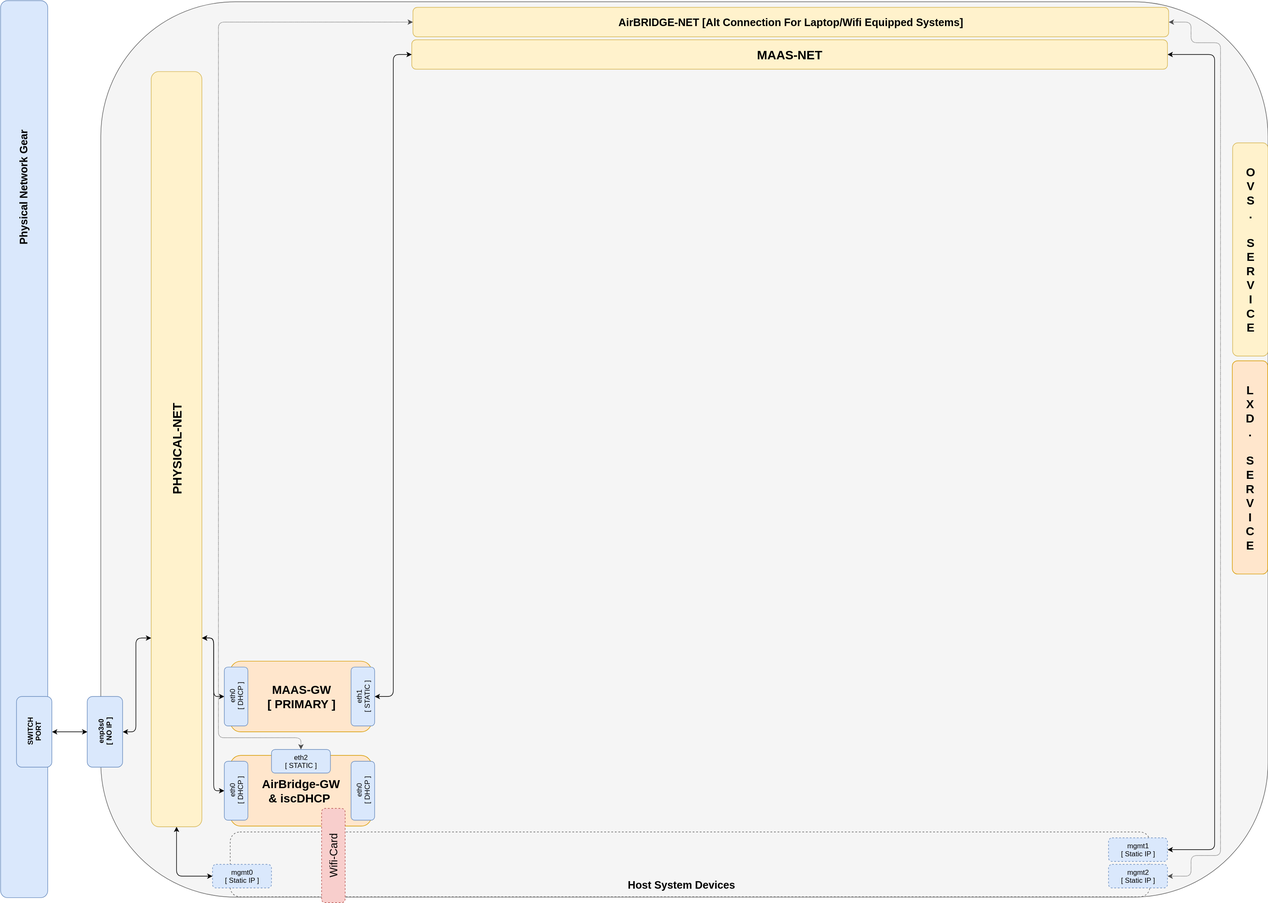
KathrynMorgan/mini-stack keeps this draw.io diagram as 3_LXD-Network-Gateway/web/drawio/lxd-gateway.svg. Above is the earlier version. Source tidied: cells renumbered, new cells last; positions are measured from the earlier drawing's top-left corner, leaving out a move shared by most shapes.
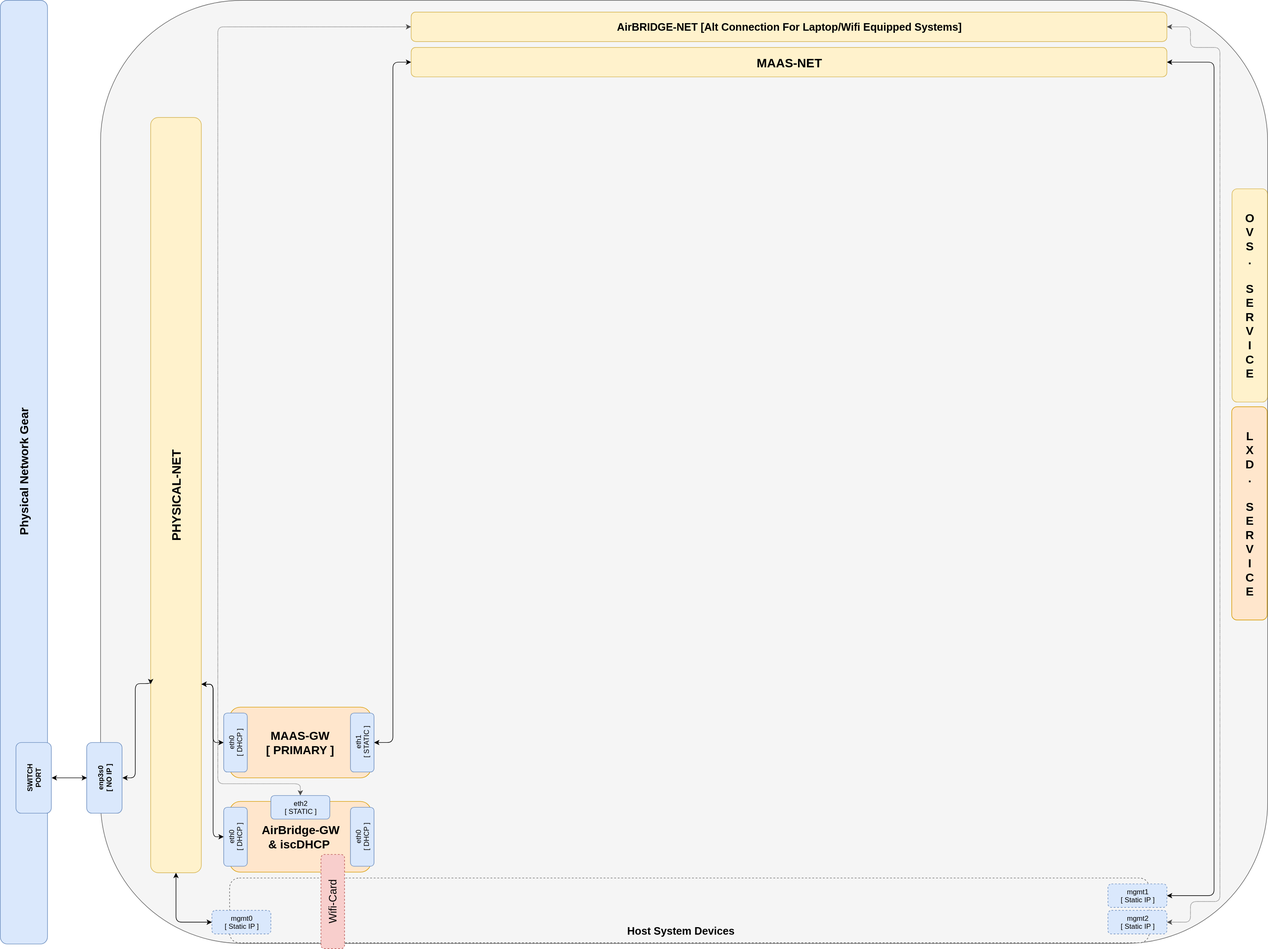
After the change.

Commit message:
part 3 LXD Gateway update

Diff of the diagram source:
```diff
@@ -3,10 +3,10 @@
     <mxCell id="0" />
     <mxCell id="1" parent="0" />
     <mxCell id="2" style="rounded=1;whiteSpace=wrap;html=1;fillColor=#f5f5f5;strokeColor=#666666;" parent="1" vertex="1">
-      <mxGeometry x="891.5" y="0.5" width="1980" height="1520" as="geometry" />
+      <mxGeometry x="892" y="-80" width="1980" height="1601" as="geometry" />
     </mxCell>
-    <mxCell id="3" style="rounded=1;whiteSpace=wrap;html=1;fillColor=#dae8fc;strokeColor=#6c8ebf;rotation=90;" parent="1" vertex="1">
-      <mxGeometry y="720" width="1523" height="80" as="geometry" />
+    <mxCell id="3" value="&lt;b&gt;&lt;font style=&quot;font-size: 20px&quot;&gt;Physical Network Gear&lt;/font&gt;&lt;/b&gt;" style="rounded=1;whiteSpace=wrap;html=1;fillColor=#dae8fc;strokeColor=#6c8ebf;rotation=-90;" parent="1" vertex="1">
+      <mxGeometry x="-39" y="681" width="1602" height="80" as="geometry" />
     </mxCell>
     <mxCell id="4" style="edgeStyle=orthogonalEdgeStyle;rounded=1;html=1;exitX=1;exitY=0.5;entryX=0;entryY=0.5;startArrow=classic;startFill=1;jettySize=auto;strokeColor=#000000;fontSize=18;" parent="1" edge="1" source="6" target="10">
       <mxGeometry relative="1" as="geometry" />
@@ -25,9 +25,6 @@
         </Array>
       </mxGeometry>
     </mxCell>
-    <mxCell id="8" value="Physical Network Gear" style="text;html=1;strokeColor=none;fillColor=none;align=center;verticalAlign=middle;whiteSpace=wrap;rounded=0;fontSize=18;fontStyle=1;rotation=-90;" parent="1" vertex="1">
-      <mxGeometry x="655.5" y="305.1" width="210" height="20" as="geometry" />
-    </mxCell>
     <mxCell id="9" style="rounded=1;whiteSpace=wrap;html=1;fontSize=18;fillColor=#f5f5f5;strokeColor=#666666;dashed=1;" parent="1" vertex="1">
       <mxGeometry x="1111" y="1410" width="1560" height="110" as="geometry" />
     </mxCell>
@@ -53,7 +50,7 @@
       <mxGeometry relative="1" as="geometry">
         <Array as="points">
           <mxPoint x="2781" y="1440" />
-          <mxPoint x="2781" y="90" />
+          <mxPoint x="2781" y="25" />
         </Array>
       </mxGeometry>
     </mxCell>
@@ -64,7 +61,7 @@
       <mxGeometry x="2811" y="610" width="60" height="362" as="geometry" />
     </mxCell>
     <mxCell id="19" value="&lt;b&gt;&lt;font style=&quot;font-size: 21px&quot;&gt;MAAS-NET&lt;/font&gt;&lt;/b&gt;" style="rounded=1;whiteSpace=wrap;html=1;fillColor=#fff2cc;strokeColor=#d6b656;direction=east;rotation=0;" parent="1" vertex="1">
-      <mxGeometry x="1419" y="65" width="1282" height="50" as="geometry" />
+      <mxGeometry x="1419" width="1282" height="50" as="geometry" />
     </mxCell>
     <mxCell id="20" value="&lt;font style=&quot;font-size: 20px&quot;&gt;&lt;b&gt;AirBridge-GW&lt;br&gt;&amp;amp; iscDHCP&amp;nbsp;&lt;br&gt;&lt;/b&gt;&lt;/font&gt;" style="rounded=1;whiteSpace=wrap;html=1;fillColor=#ffe6cc;strokeColor=#d79b00;" parent="1" vertex="1">
       <mxGeometry x="1111" y="1280" width="240" height="120" as="geometry" />
@@ -103,7 +100,7 @@
         <Array as="points">
           <mxPoint x="1231" y="1250" />
           <mxPoint x="1091" y="1250" />
-          <mxPoint x="1091" y="35" />
+          <mxPoint x="1091" y="-35" />
         </Array>
       </mxGeometry>
     </mxCell>
@@ -113,9 +110,9 @@
     <mxCell id="31" style="edgeStyle=orthogonalEdgeStyle;rounded=1;html=1;exitX=1;exitY=0.5;entryX=1;entryY=0.5;dashed=1;dashPattern=1 1;startArrow=classic;startFill=1;jettySize=auto;strokeColor=#4D4D4D;" parent="1" edge="1" source="32" target="33">
       <mxGeometry relative="1" as="geometry">
         <Array as="points">
-          <mxPoint x="2741" y="35" />
-          <mxPoint x="2741" y="70" />
-          <mxPoint x="2791" y="70" />
+          <mxPoint x="2741" y="-35" />
+          <mxPoint x="2741" />
+          <mxPoint x="2791" />
           <mxPoint x="2791" y="1450" />
           <mxPoint x="2741" y="1450" />
           <mxPoint x="2741" y="1485" />
@@ -123,7 +120,7 @@
       </mxGeometry>
     </mxCell>
     <mxCell id="32" value="&lt;b&gt;&lt;font style=&quot;font-size: 18px&quot;&gt;AirBRIDGE-NET [Alt Connection For Laptop/Wifi Equipped Systems]&lt;/font&gt;&lt;/b&gt;" style="rounded=1;whiteSpace=wrap;html=1;fillColor=#fff2cc;strokeColor=#d6b656;direction=east;rotation=0;" parent="1" vertex="1">
-      <mxGeometry x="1421" y="10" width="1282" height="50" as="geometry" />
+      <mxGeometry x="1419" y="-60" width="1282" height="50" as="geometry" />
     </mxCell>
     <mxCell id="33" value="mgmt2&lt;br&gt;[ Static IP ]&lt;br&gt;" style="rounded=1;whiteSpace=wrap;html=1;fillColor=#dae8fc;strokeColor=#6c8ebf;dashed=1;" parent="1" vertex="1">
       <mxGeometry x="2601" y="1465" width="100" height="40" as="geometry" />
```
